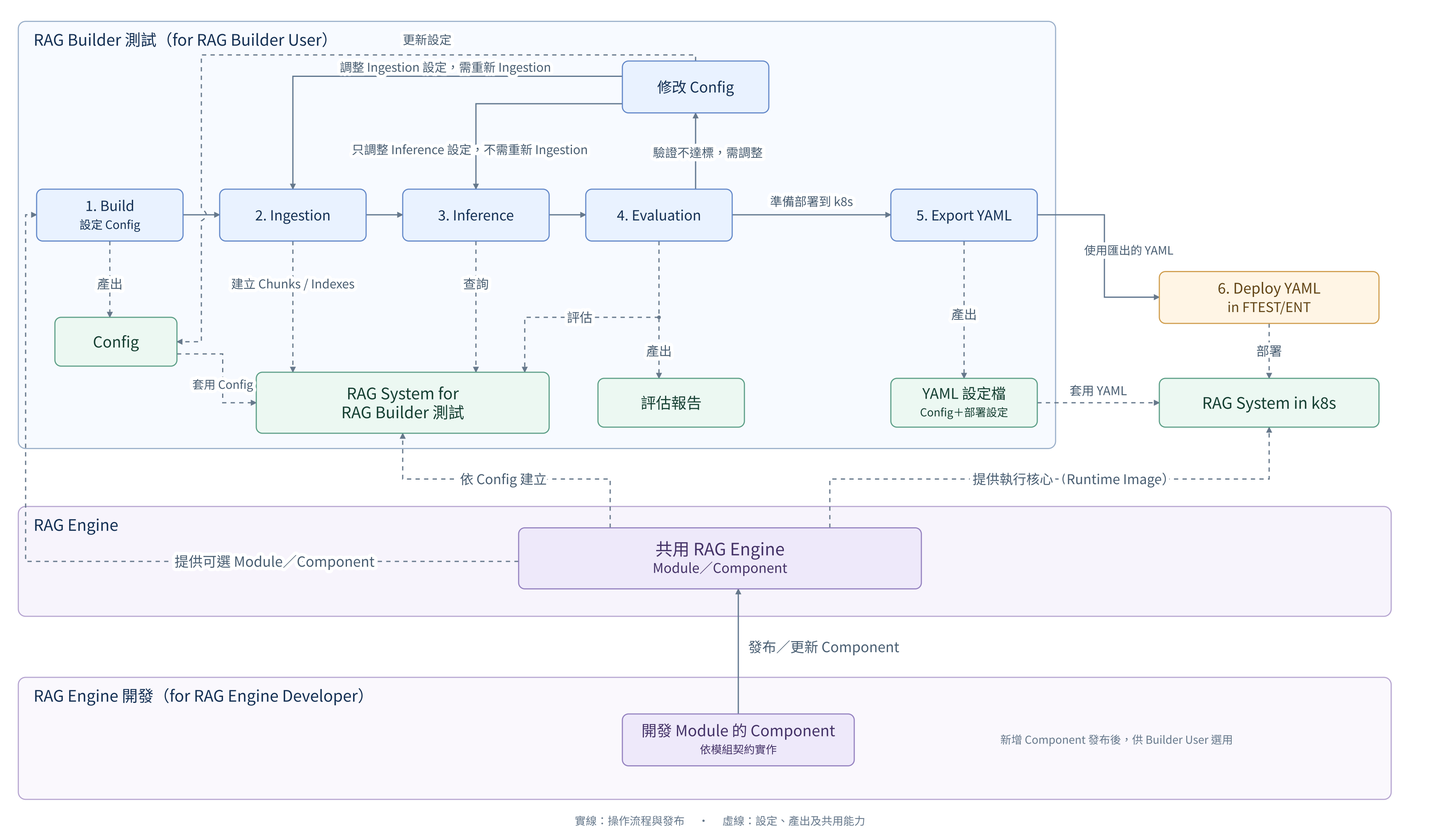
The Mermaid diagram diagrams/01_user_system_l1.png in SunnyWenwen/rag_platform, before a commit. Its source is kept beside it as diagrams/01_user_system_l1.mmd.
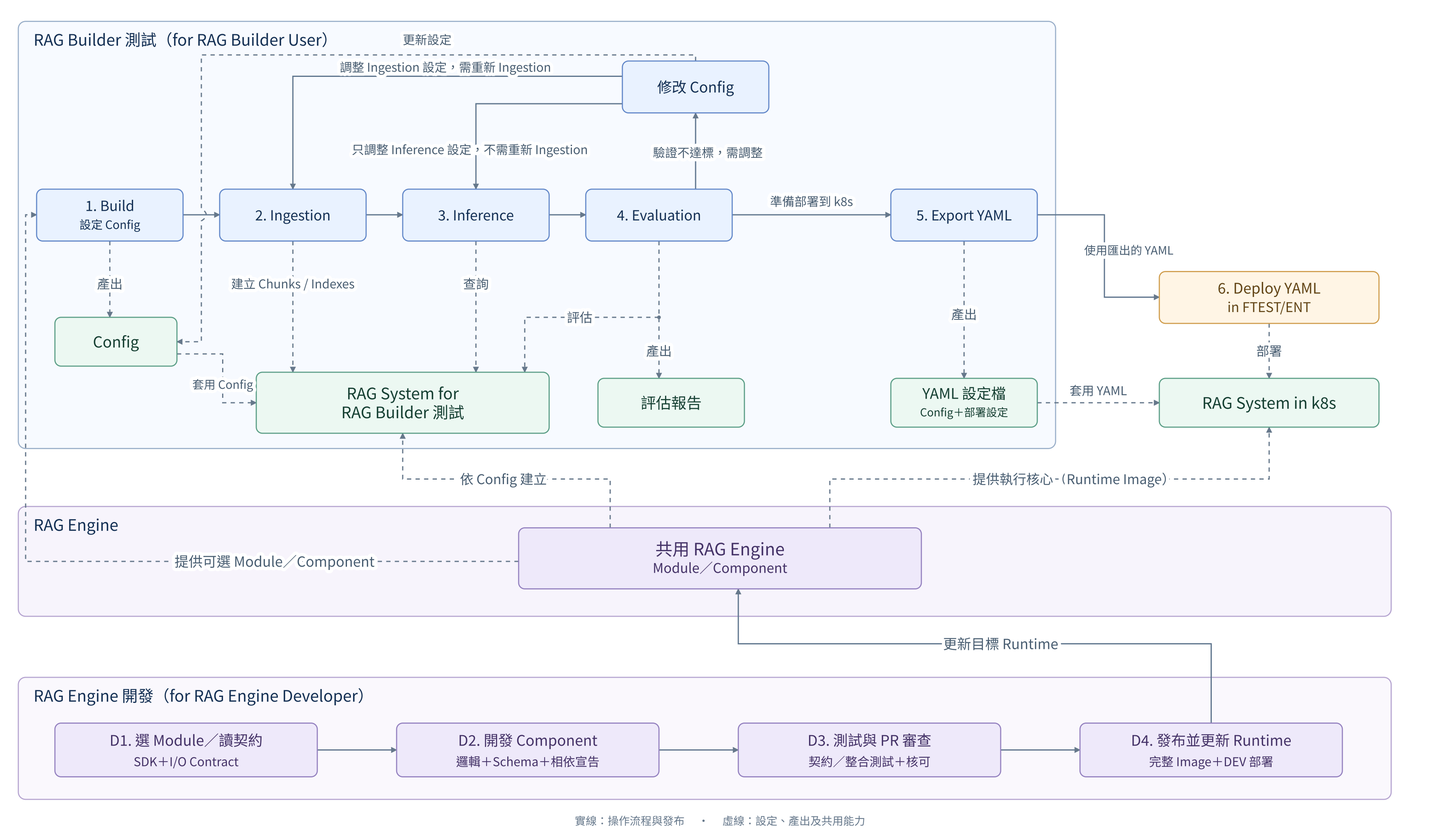
After the commit.

Commit message:
docs: illustrate Component development and Module extension flow

What changed in the source:
```diff
@@ -39,9 +39,11 @@
 
     subgraph DEVELOPMENT["RAG Engine 開發（for RAG Engine Developer）"]
         direction LR
-        M["開發 Module 的 Component"]
+        DEV1["D1. 選 Module／讀契約"] --> DEV2["D2. 開發 Component"]
+        DEV2 --> DEV3["D3. 測試與 PR 審查"]
+        DEV3 --> DEV4["D4. 發布並更新 Runtime"]
     end
-    M -->|發布／更新 Component| GE
+    DEV4 -->|更新目標 Runtime| GE
 
     classDef user fill:#e9f2ff,stroke:#6086c8,color:#143054
     classDef system fill:#ecf8f2,stroke:#599d85,color:#153f32
@@ -50,7 +52,7 @@
     class B,I,Q,E,X,C user
     class F,S,R,Y,K system
     class D deploy
-    class GE,M engine
+    class GE,DEV1,DEV2,DEV3,DEV4 engine
     style BUILDER fill:#f7faff,stroke:#9aafc9
     style ENGINE fill:#f7f4fc,stroke:#b5a4d0
     style DEVELOPMENT fill:#faf8fd,stroke:#b5a4d0
```
